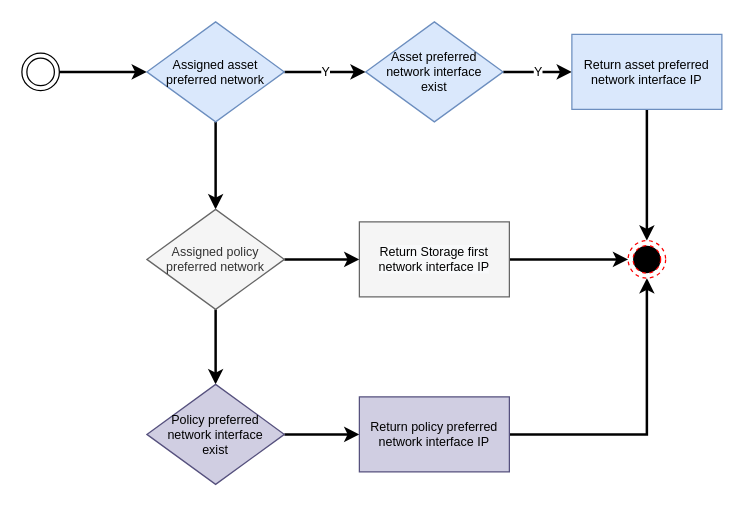
Earlier version of the draw.io diagram page "storageinterface" (4 of 4) of st/network.drawio (gaivin/drawio). Source tidied: cells renumbered, new cells numbered last; positions are measured from the earlier drawing's top-left corner, leaving out a move shared by most shapes. Both pictures are drawn from the tidied source at 125%, with x=0, y=0 at pixel (21, 21).
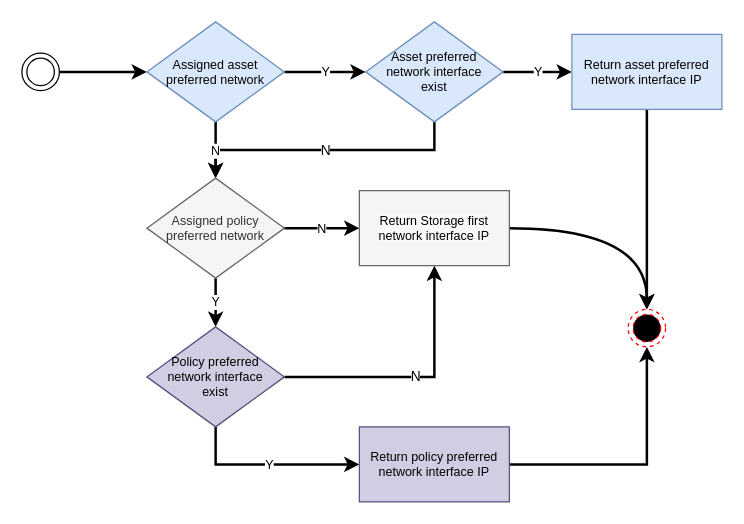
The same diagram, later.

Unchanged cells that the change refers to:
```xml
<mxCell id="6" value="Assigned asset preferred network" style="rhombus;whiteSpace=wrap;html=1;fontSize=10;dashed=0;fillColor=#dae8fc;strokeColor=#6c8ebf;" parent="1" vertex="1">
  <mxGeometry x="100" width="110" height="80" as="geometry" />
</mxCell>
<mxCell id="8" value="Asset preferred &lt;br&gt;network interface&lt;br&gt;exist" style="rhombus;whiteSpace=wrap;html=1;fontSize=10;dashed=0;fillColor=#dae8fc;strokeColor=#6c8ebf;" parent="1" vertex="1">
  <mxGeometry x="275" width="110" height="80" as="geometry" />
</mxCell>
```

Diff of the diagram source:
```diff
@@
+    <mxCell id="21" value="N" style="edgeStyle=orthogonalEdgeStyle;rounded=0;jettySize=auto;html=1;exitX=0.5;exitY=1;exitDx=0;exitDy=0;entryX=0.5;entryY=0;entryDx=0;entryDy=0;strokeWidth=2;" parent="1" edge="1" source="8" target="13">
+      <mxGeometry relative="1" as="geometry" />
+    </mxCell>
@@
-    <mxCell id="5" style="edgeStyle=orthogonalEdgeStyle;curved=1;rounded=0;jettySize=auto;html=1;fontSize=10;strokeColor=#000000;strokeWidth=2;" parent="1" edge="1" source="6" target="13">
+    <mxCell id="5" value="N" style="edgeStyle=orthogonalEdgeStyle;curved=1;rounded=0;jettySize=auto;html=1;fontSize=10;strokeColor=#000000;strokeWidth=2;" parent="1" edge="1" source="6" target="13">
       <mxGeometry relative="1" as="geometry" />
     </mxCell>
@@
-    <mxCell id="11" style="edgeStyle=orthogonalEdgeStyle;curved=1;rounded=0;jettySize=auto;html=1;fontSize=10;strokeColor=#000000;strokeWidth=2;" parent="1" edge="1" source="13" target="15">
+    <mxCell id="11" value="Y" style="edgeStyle=orthogonalEdgeStyle;curved=1;rounded=0;jettySize=auto;html=1;fontSize=10;strokeColor=#000000;strokeWidth=2;" parent="1" edge="1" source="13" target="15">
       <mxGeometry relative="1" as="geometry" />
     </mxCell>
-    <mxCell id="12" style="edgeStyle=orthogonalEdgeStyle;curved=1;rounded=0;jettySize=auto;html=1;fontSize=10;strokeColor=#000000;strokeWidth=2;" parent="1" edge="1" source="13" target="19">
+    <mxCell id="12" value="N" style="edgeStyle=orthogonalEdgeStyle;curved=1;rounded=0;jettySize=auto;html=1;fontSize=10;strokeColor=#000000;strokeWidth=2;" parent="1" edge="1" source="13" target="19">
       <mxGeometry relative="1" as="geometry" />
     </mxCell>
     <mxCell id="13" value="Assigned policy preferred network" style="rhombus;whiteSpace=wrap;html=1;fontSize=10;dashed=0;fillColor=#f5f5f5;fontColor=#333333;strokeColor=#666666;" parent="1" vertex="1">
-      <mxGeometry x="100" y="150" width="110" height="80" as="geometry" />
+      <mxGeometry x="100" y="125" width="110" height="80" as="geometry" />
     </mxCell>
-    <mxCell id="14" style="edgeStyle=orthogonalEdgeStyle;curved=1;rounded=0;jettySize=auto;html=1;fontSize=10;strokeColor=#000000;strokeWidth=2;" parent="1" edge="1" source="15" target="17">
+    <mxCell id="14" value="Y" style="edgeStyle=orthogonalEdgeStyle;rounded=0;jettySize=auto;html=1;fontSize=10;strokeColor=#000000;strokeWidth=2;exitX=0.5;exitY=1;exitDx=0;exitDy=0;entryX=0;entryY=0.5;entryDx=0;entryDy=0;" parent="1" edge="1" source="15" target="17">
       <mxGeometry relative="1" as="geometry" />
     </mxCell>
+    <mxCell id="22" value="N" style="edgeStyle=orthogonalEdgeStyle;rounded=0;jettySize=auto;html=1;exitX=1;exitY=0.5;exitDx=0;exitDy=0;entryX=0.5;entryY=1;entryDx=0;entryDy=0;strokeWidth=2;" parent="1" edge="1" source="15" target="19">
+      <mxGeometry relative="1" as="geometry" />
+    </mxCell>
     <mxCell id="15" value="Policy preferred&lt;br&gt;network interface&lt;br&gt;exist" style="rhombus;whiteSpace=wrap;html=1;fontSize=10;dashed=0;fillColor=#d0cee2;strokeColor=#56517e;" parent="1" vertex="1">
-      <mxGeometry x="100" y="290" width="110" height="80" as="geometry" />
+      <mxGeometry x="100" y="244" width="110" height="80" as="geometry" />
     </mxCell>
@@
     <mxCell id="17" value="&lt;span&gt;Return policy preferred network interface IP&lt;/span&gt;" style="whiteSpace=wrap;html=1;fontSize=10;dashed=0;fillColor=#d0cee2;strokeColor=#56517e;" parent="1" vertex="1">
-      <mxGeometry x="270" y="300" width="120" height="60" as="geometry" />
+      <mxGeometry x="270" y="324" width="120" height="60" as="geometry" />
     </mxCell>
@@
     <mxCell id="19" value="&lt;span style=&quot;color: rgb(0 , 0 , 0) ; font-family: &amp;#34;helvetica&amp;#34; ; font-size: 10px ; font-style: normal ; font-weight: 400 ; letter-spacing: normal ; text-align: center ; text-indent: 0px ; text-transform: none ; word-spacing: 0px ; background-color: rgb(248 , 249 , 250) ; display: inline ; float: none&quot;&gt;Return Storage first network interface IP&lt;/span&gt;" style="whiteSpace=wrap;html=1;fontSize=10;dashed=0;fillColor=#f5f5f5;fontColor=#333333;strokeColor=#666666;" parent="1" vertex="1">
-      <mxGeometry x="270" y="160" width="120" height="60" as="geometry" />
+      <mxGeometry x="270" y="135" width="120" height="60" as="geometry" />
     </mxCell>
     <mxCell id="20" style="ellipse;html=1;shape=endState;fillColor=#000000;strokeColor=#ff0000;dashed=1;fontSize=10;" parent="1" vertex="1">
-      <mxGeometry x="485" y="175" width="30" height="30" as="geometry" />
+      <mxGeometry x="485" y="230" width="30" height="30" as="geometry" />
     </mxCell>
```
